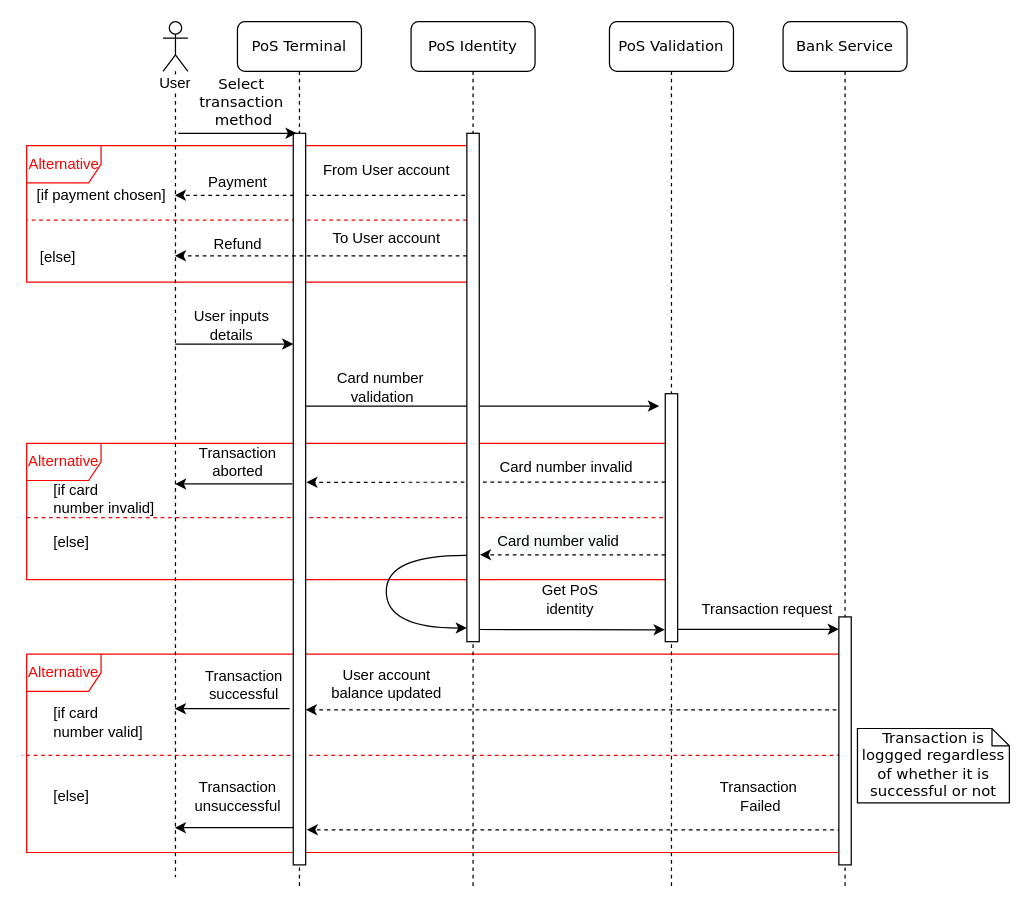
Before: docs/UMLDiagrams/SequenceDiagram.drawio in TomStrong/Com528-Assessment, a draw.io diagram. Source tidied: cells renumbered, new cells numbered last; positions are measured from the earlier drawing's top-left corner, leaving out a move shared by most shapes. Both pictures are drawn from the tidied source at 124%, with x=0, y=0 at pixel (26, 21).
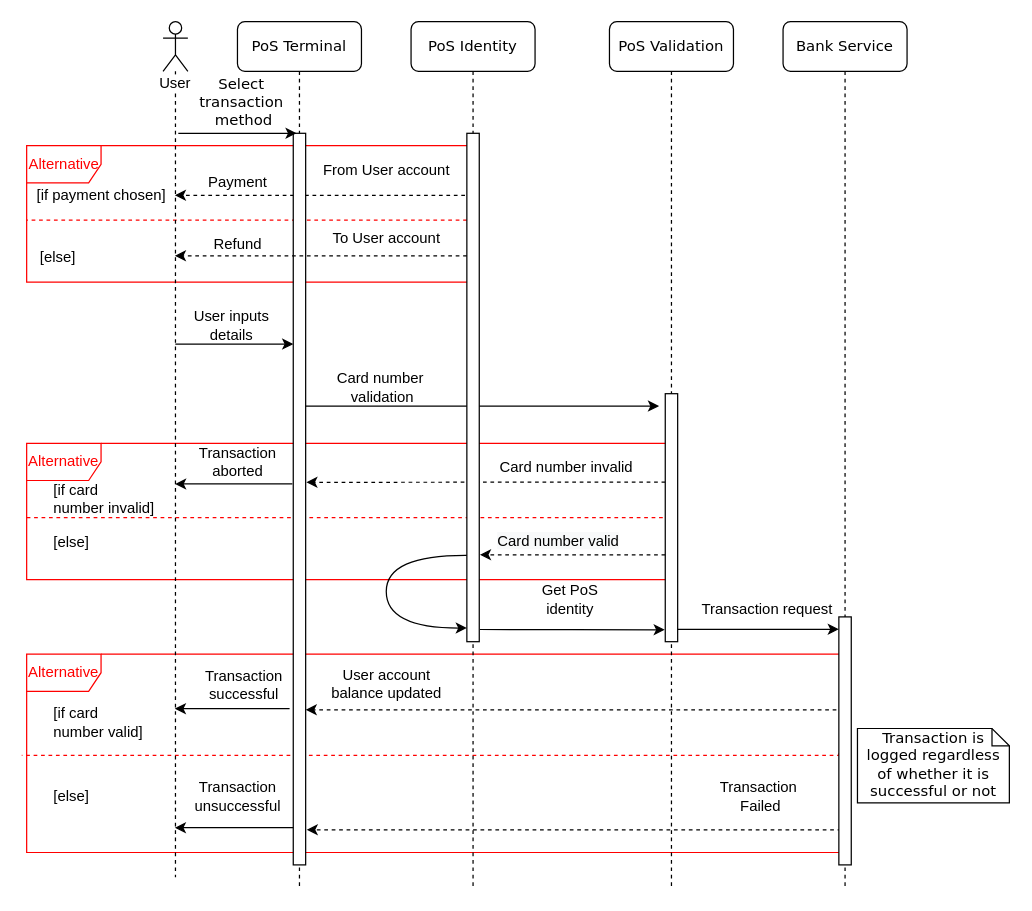
Above is the later version.

Commit message (it also covers changes not shown here):
Amended typo on notes

What changed in the source:
```diff
@@
-    <mxCell id="51" value="&lt;div&gt;Transaction is loggged regardless of whether it is successful or not&lt;/div&gt;" style="shape=note;whiteSpace=wrap;html=1;size=14;verticalAlign=top;align=center;spacingTop=-6;rounded=0;shadow=0;comic=0;labelBackgroundColor=none;strokeWidth=1;fontFamily=Verdana;fontSize=12;" parent="1" vertex="1">
+    <mxCell id="51" value="&lt;div&gt;Transaction is logged regardless of whether it is successful or not&lt;/div&gt;" style="shape=note;whiteSpace=wrap;html=1;size=14;verticalAlign=top;align=center;spacingTop=-6;rounded=0;shadow=0;comic=0;labelBackgroundColor=none;strokeWidth=1;fontFamily=Verdana;fontSize=12;" parent="1" vertex="1">
       <mxGeometry x="670" y="570" width="122.5" height="60" as="geometry" />
     </mxCell>
```
